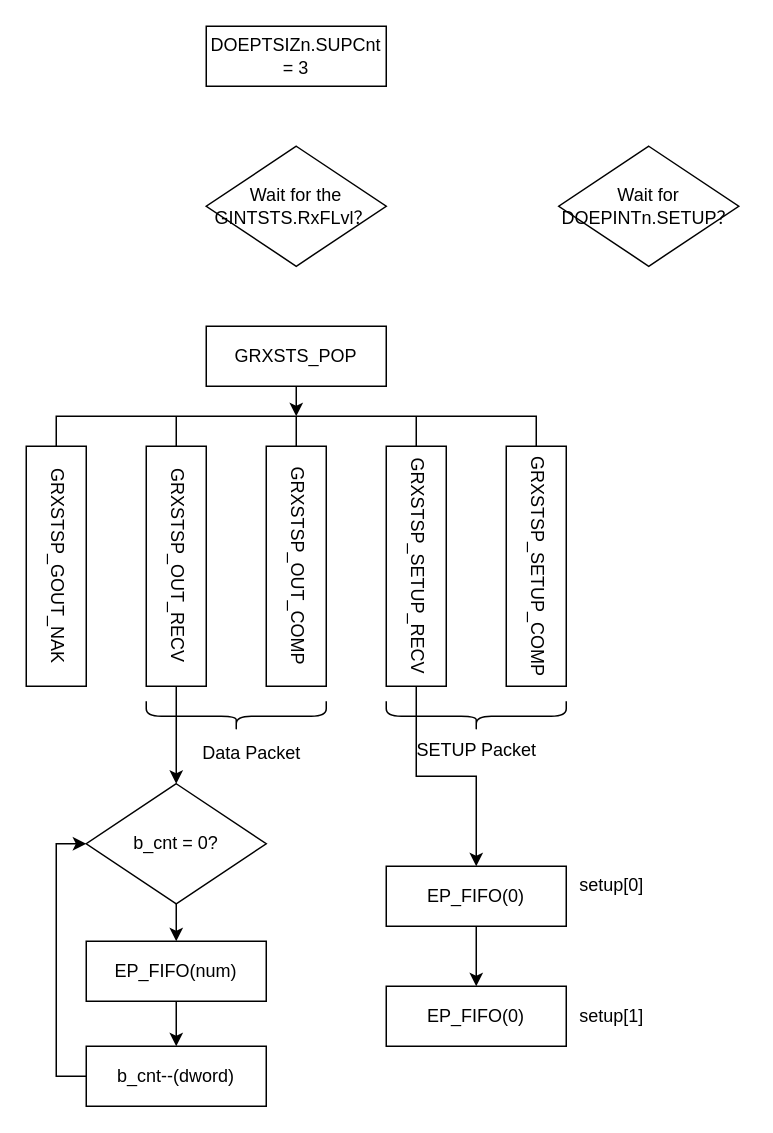
Vinson-001/Blog-flow-chart keeps this draw.io diagram as DWC2 控制传输流程.drawio. Above is the earlier version. Source tidied: cells renumbered, new cells numbered last; positions are measured from the earlier drawing's top-left corner, leaving out a move shared by most shapes. Both pictures are drawn from the tidied source at 150%, with x=0, y=0 at pixel (26, 26).
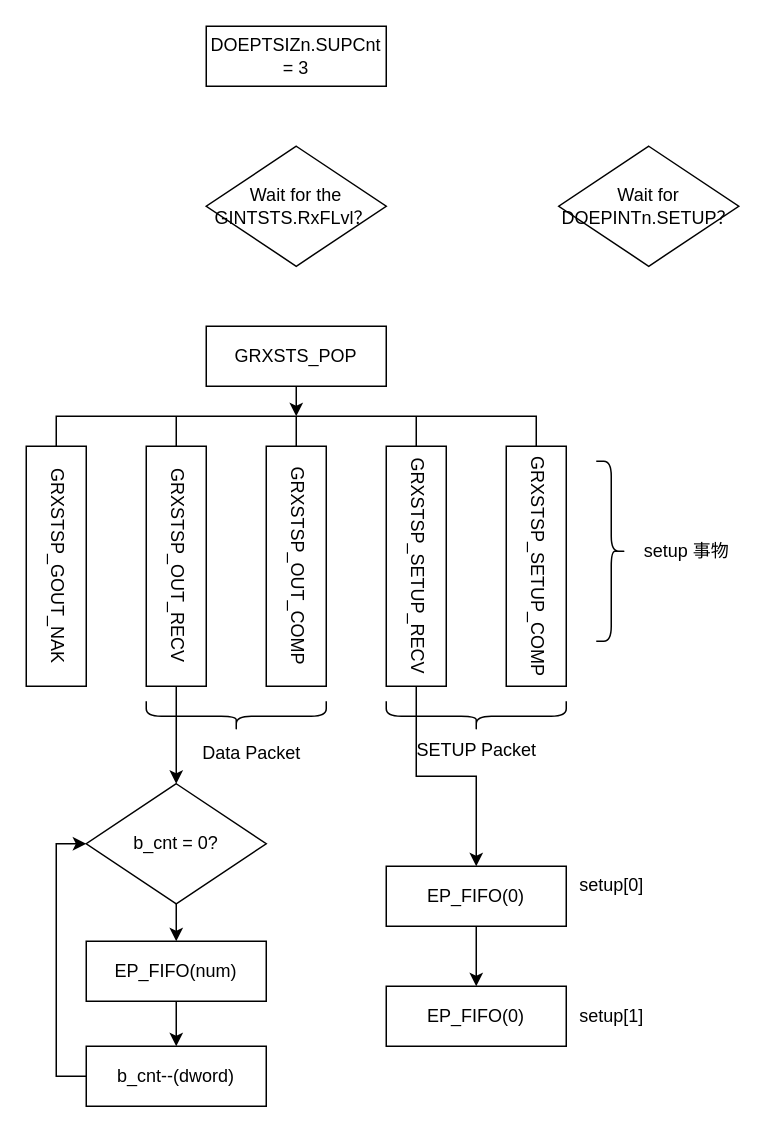
The same page after the edit.

Commit message:
更新DWC2 控制传输流程.drawio

Diff of the diagram source:
```diff
@@
+    <mxCell id="33" style="shape=curlyBracket;whiteSpace=wrap;html=1;rounded=1;flipH=1;labelPosition=right;verticalLabelPosition=middle;align=left;verticalAlign=middle;direction=east;" parent="1" vertex="1">
+      <mxGeometry x="380" y="290" width="20" height="120" as="geometry" />
+    </mxCell>
+    <mxCell id="34" value="setup 事物" style="text;html=1;align=center;verticalAlign=middle;strokeColor=none;fillColor=none;" parent="1" vertex="1">
+      <mxGeometry x="400" y="335" width="80" height="30" as="geometry" />
+    </mxCell>
```
